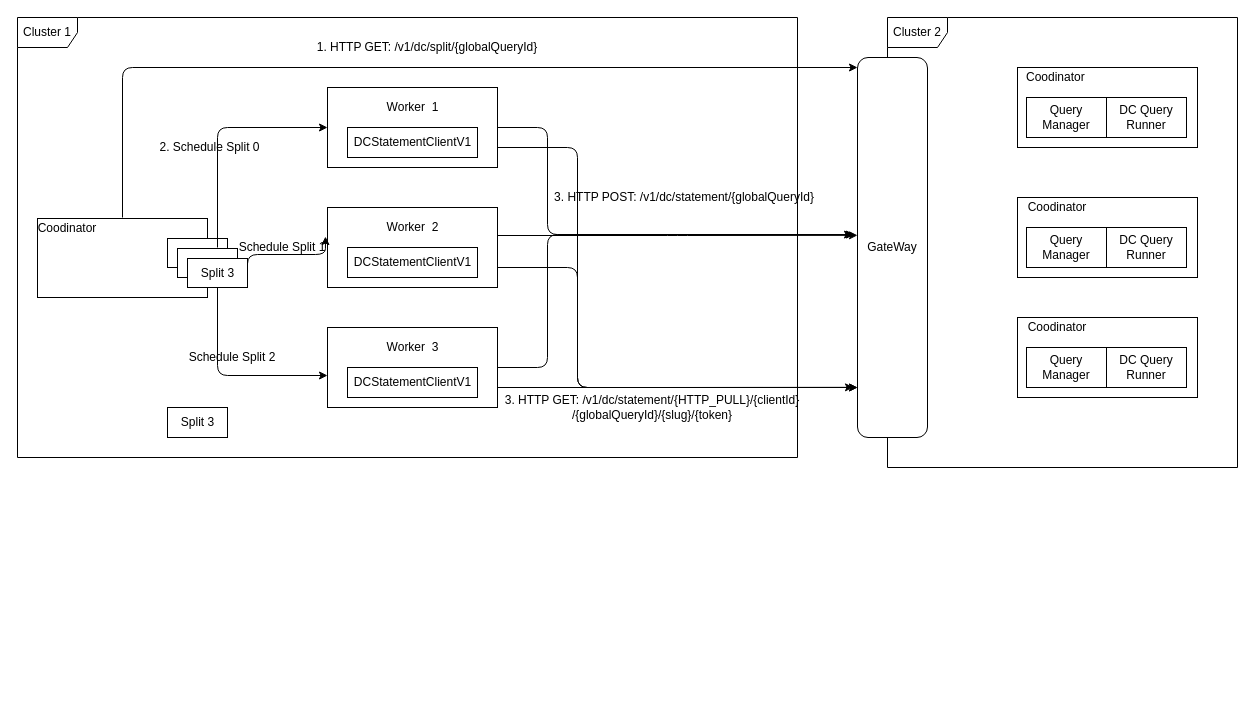
Before: page "DC Connector" (5 of 5) of presto源码解析时序图.drawio in huangxiaopingRD/diagrams, a draw.io diagram. Source tidied: cells renumbered, new cells numbered last; positions are measured from the earlier drawing's top-left corner, leaving out a move shared by most shapes. Both pictures are drawn from the tidied source at 100%, with x=0, y=0 at pixel (17, 17).
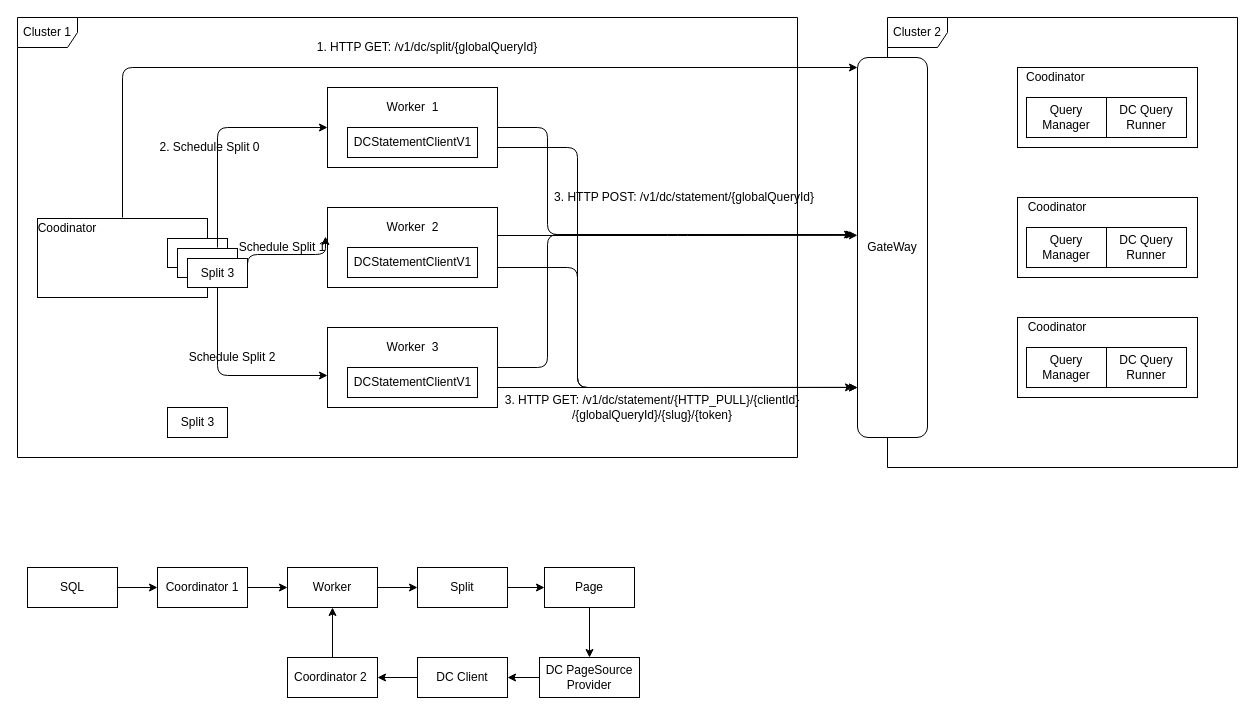
After the change.

Commit message:
Update presto源码解析时序图.drawio

The edit, as a diff of the source:
```diff
@@
+    <mxCell id="48" style="edgeStyle=orthogonalEdgeStyle;rounded=0;jettySize=auto;html=1;fillColor=#00CC00;" parent="1" edge="1" source="49" target="51">
+      <mxGeometry relative="1" as="geometry" />
+    </mxCell>
+    <mxCell id="49" value="SQL" style="rounded=0;whiteSpace=wrap;html=1;" parent="1" vertex="1">
+      <mxGeometry x="10" y="550" width="90" height="40" as="geometry" />
+    </mxCell>
+    <mxCell id="50" style="edgeStyle=orthogonalEdgeStyle;rounded=0;jettySize=auto;html=1;fillColor=#00CC00;" parent="1" edge="1" source="51" target="53">
+      <mxGeometry relative="1" as="geometry" />
+    </mxCell>
+    <mxCell id="51" value="Coordinator 1" style="rounded=0;whiteSpace=wrap;html=1;" parent="1" vertex="1">
+      <mxGeometry x="140" y="550" width="90" height="40" as="geometry" />
+    </mxCell>
+    <mxCell id="52" style="edgeStyle=orthogonalEdgeStyle;rounded=0;jettySize=auto;html=1;fillColor=#00CC00;" parent="1" edge="1" source="53" target="55">
+      <mxGeometry relative="1" as="geometry" />
+    </mxCell>
+    <mxCell id="53" value="Worker" style="rounded=0;whiteSpace=wrap;html=1;" parent="1" vertex="1">
+      <mxGeometry x="270" y="550" width="90" height="40" as="geometry" />
+    </mxCell>
+    <mxCell id="54" style="edgeStyle=orthogonalEdgeStyle;rounded=0;jettySize=auto;html=1;fillColor=#00CC00;" parent="1" edge="1" source="55" target="57">
+      <mxGeometry relative="1" as="geometry" />
+    </mxCell>
+    <mxCell id="55" value="Split" style="rounded=0;whiteSpace=wrap;html=1;" parent="1" vertex="1">
+      <mxGeometry x="400" y="550" width="90" height="40" as="geometry" />
+    </mxCell>
+    <mxCell id="56" style="edgeStyle=orthogonalEdgeStyle;rounded=0;jettySize=auto;html=1;fillColor=#00CC00;" parent="1" edge="1" source="57" target="59">
+      <mxGeometry relative="1" as="geometry" />
+    </mxCell>
+    <mxCell id="57" value="Page" style="rounded=0;whiteSpace=wrap;html=1;" parent="1" vertex="1">
+      <mxGeometry x="527" y="550" width="90" height="40" as="geometry" />
+    </mxCell>
+    <mxCell id="58" style="edgeStyle=orthogonalEdgeStyle;rounded=0;jettySize=auto;html=1;fillColor=#00CC00;" parent="1" edge="1" source="59" target="61">
+      <mxGeometry relative="1" as="geometry" />
+    </mxCell>
+    <mxCell id="59" value="DC PageSource Provider" style="rounded=0;whiteSpace=wrap;html=1;" parent="1" vertex="1">
+      <mxGeometry x="522" y="640" width="100" height="40" as="geometry" />
+    </mxCell>
+    <mxCell id="60" style="edgeStyle=orthogonalEdgeStyle;rounded=0;jettySize=auto;html=1;fillColor=#00CC00;" parent="1" edge="1" source="61" target="63">
+      <mxGeometry relative="1" as="geometry" />
+    </mxCell>
+    <mxCell id="61" value="DC Client" style="rounded=0;whiteSpace=wrap;html=1;" parent="1" vertex="1">
+      <mxGeometry x="400" y="640" width="90" height="40" as="geometry" />
+    </mxCell>
+    <mxCell id="62" style="edgeStyle=orthogonalEdgeStyle;rounded=0;jettySize=auto;html=1;fillColor=#00CC00;" parent="1" edge="1" source="63" target="53">
+      <mxGeometry relative="1" as="geometry" />
+    </mxCell>
+    <mxCell id="63" value="Coordinator 2&amp;nbsp;" style="rounded=0;whiteSpace=wrap;html=1;" parent="1" vertex="1">
+      <mxGeometry x="270" y="640" width="90" height="40" as="geometry" />
+    </mxCell>
```
